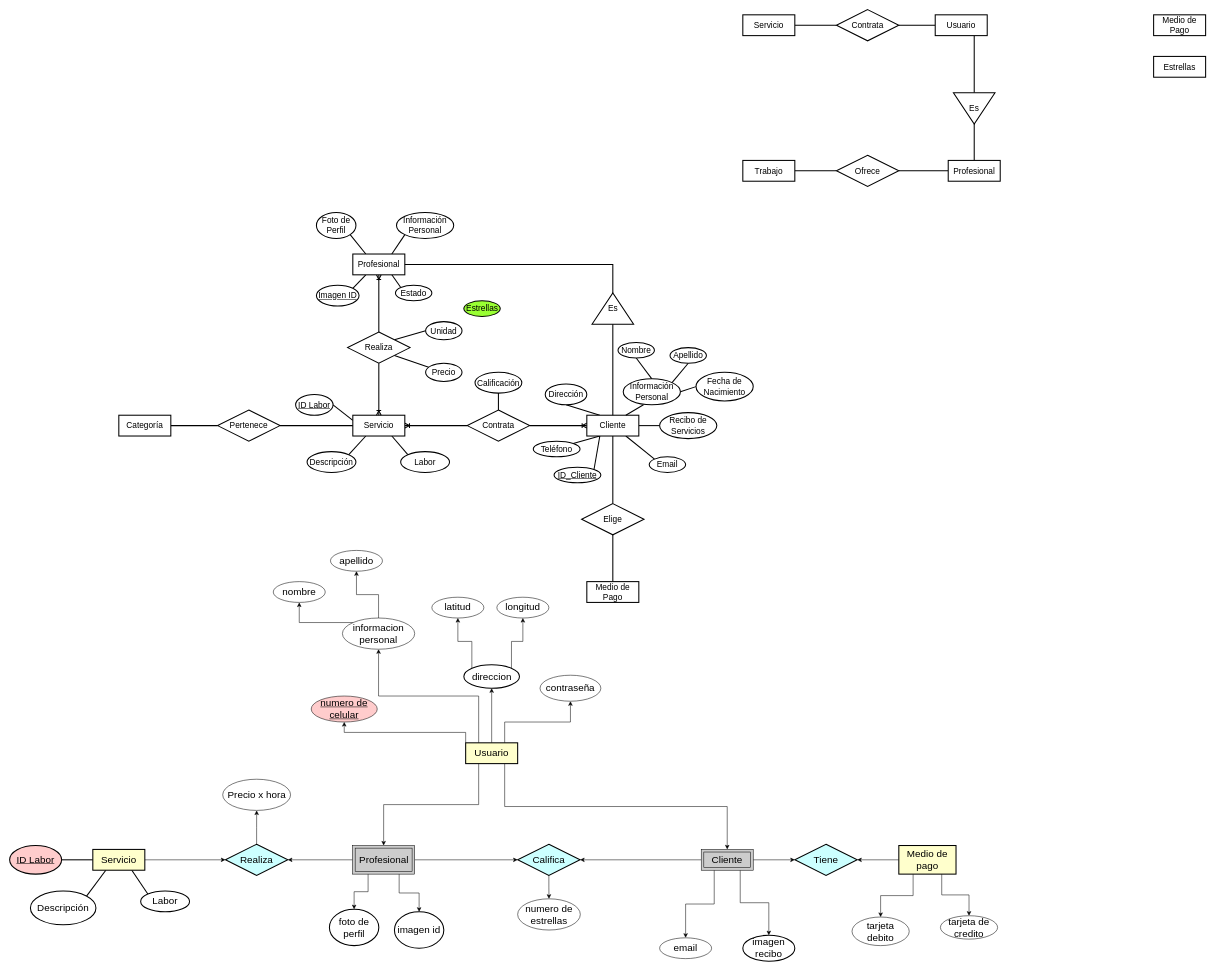
The draw.io diagram Diagramas/Dragrama Entidad-Relacion.drawio in Hazzard1912/domesticapp, before the edit. Source tidied: cells renumbered, new cells numbered last; positions are measured from the earlier drawing's top-left corner, leaving out a move shared by most shapes. Both pictures are drawn from the tidied source at 52%, with x=0, y=0 at pixel (9, 9).
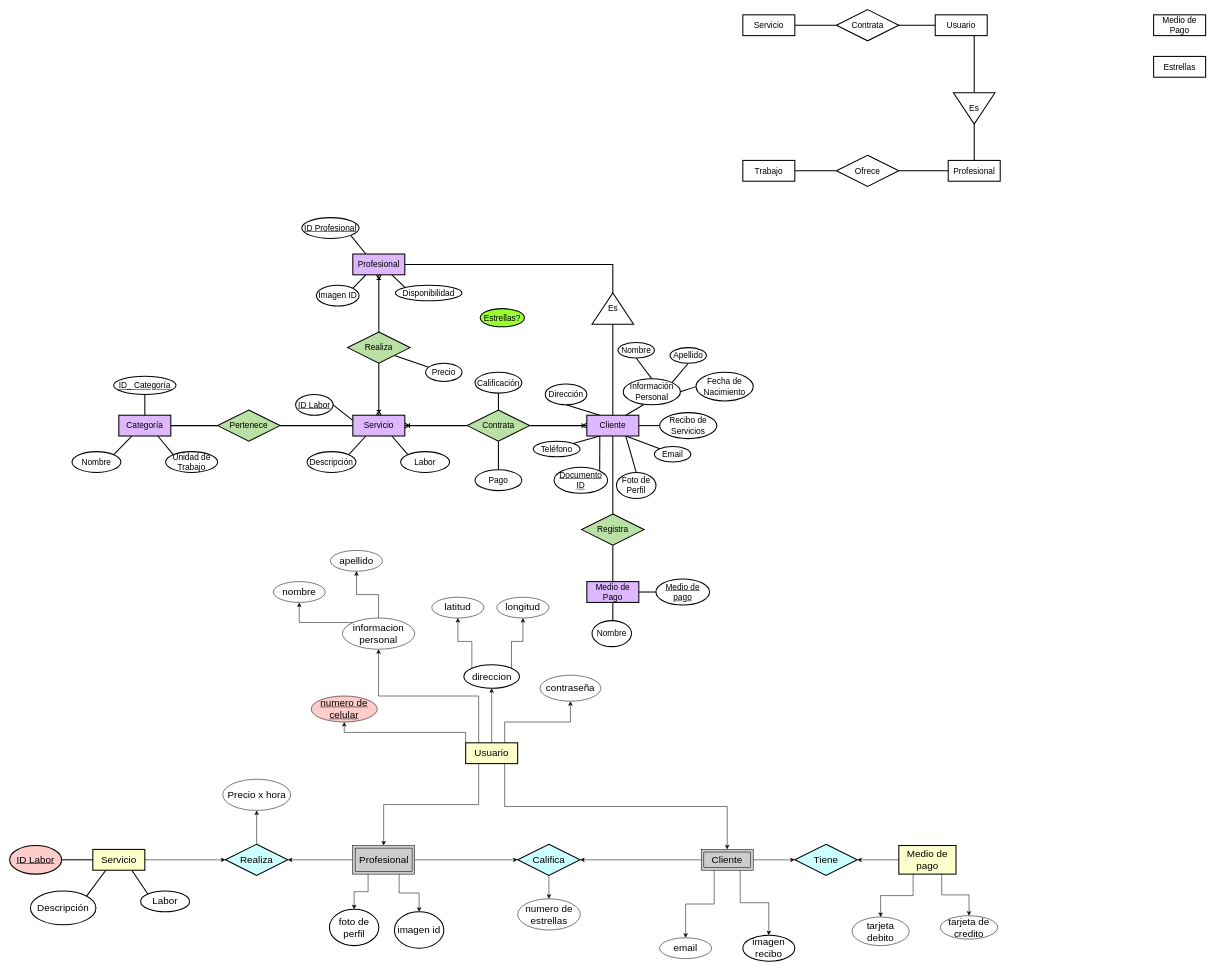
After the change.

The change refers to these unchanged cells:
```xml
<mxCell id="126" value="Apellido" style="ellipse;whiteSpace=wrap;html=1;align=center;fontSize=16;strokeWidth=2;" parent="1" vertex="1">
  <mxGeometry x="1270" y="650" width="70" height="30" as="geometry" />
</mxCell>
```

What changed in the source:
```diff
@@
-    <mxCell id="4" style="rounded=0;jettySize=auto;html=1;exitX=0.75;exitY=0;exitDx=0;exitDy=0;entryX=0;entryY=1;entryDx=0;entryDy=0;endArrow=none;endFill=0;strokeWidth=2;" parent="1" edge="1" source="7" target="17">
-      <mxGeometry relative="1" as="geometry" />
-    </mxCell>
@@
-    <mxCell id="7" value="Profesional" style="whiteSpace=wrap;html=1;align=center;strokeWidth=2;fontSize=16;" parent="1" vertex="1">
+    <mxCell id="7" value="Profesional" style="whiteSpace=wrap;html=1;align=center;strokeWidth=2;fontSize=16;fillColor=#DEB8FF;" parent="1" vertex="1">
       <mxGeometry x="660" y="470" width="100" height="40" as="geometry" />
     </mxCell>
@@
+    <mxCell id="130" style="rounded=0;jettySize=auto;html=1;exitX=0.75;exitY=1;exitDx=0;exitDy=0;entryX=0.5;entryY=0;entryDx=0;entryDy=0;strokeWidth=2;endArrow=none;endFill=0;" parent="1" edge="1" source="14" target="135">
+      <mxGeometry relative="1" as="geometry" />
+    </mxCell>
-    <mxCell id="14" value="&lt;div&gt;Cliente&lt;/div&gt;" style="whiteSpace=wrap;html=1;align=center;strokeWidth=2;fontSize=16;" parent="1" vertex="1">
+    <mxCell id="14" value="&lt;div&gt;Cliente&lt;/div&gt;" style="whiteSpace=wrap;html=1;align=center;strokeWidth=2;fontSize=16;fillColor=#DEB8FF;" parent="1" vertex="1">
       <mxGeometry x="1110" y="780" width="100" height="40" as="geometry" />
     </mxCell>
@@
+    <mxCell id="131" style="edgeStyle=orthogonalEdgeStyle;rounded=0;jettySize=auto;html=1;exitX=0.5;exitY=1;exitDx=0;exitDy=0;strokeWidth=2;endArrow=none;endFill=0;" parent="1" edge="1" source="16" target="140">
+      <mxGeometry relative="1" as="geometry" />
+    </mxCell>
-    <mxCell id="16" value="Contrata" style="shape=rhombus;perimeter=rhombusPerimeter;whiteSpace=wrap;html=1;align=center;strokeWidth=2;fontSize=16;" parent="1" vertex="1">
+    <mxCell id="16" value="Contrata" style="shape=rhombus;perimeter=rhombusPerimeter;whiteSpace=wrap;html=1;align=center;strokeWidth=2;fontSize=16;fillColor=#B9E0A5;" parent="1" vertex="1">
       <mxGeometry x="880" y="770" width="120" height="60" as="geometry" />
     </mxCell>
-    <mxCell id="17" value="Información Personal" style="ellipse;whiteSpace=wrap;html=1;align=center;fontSize=16;strokeWidth=2;" parent="1" vertex="1">
-      <mxGeometry x="744" y="390" width="110" height="50" as="geometry" />
-    </mxCell>
-    <mxCell id="18" value="Foto de Perfil" style="ellipse;whiteSpace=wrap;html=1;align=center;fontSize=16;strokeWidth=2;" parent="1" vertex="1">
-      <mxGeometry x="590" y="390" width="76" height="50" as="geometry" />
+    <mxCell id="18" value="ID Profesional" style="ellipse;whiteSpace=wrap;html=1;align=center;fontSize=16;strokeWidth=2;fontStyle=4;" parent="1" vertex="1">
+      <mxGeometry x="562" y="400" width="110" height="40" as="geometry" />
     </mxCell>
-    <mxCell id="19" value="Imagen ID" style="ellipse;whiteSpace=wrap;html=1;align=center;fontSize=16;strokeWidth=2;fontStyle=4;" parent="1" vertex="1">
+    <mxCell id="19" value="Imagen ID" style="ellipse;whiteSpace=wrap;html=1;align=center;fontSize=16;strokeWidth=2;fontStyle=0;" parent="1" vertex="1">
       <mxGeometry x="590" y="530" width="82" height="40" as="geometry" />
     </mxCell>
@@
-    <mxCell id="25" value="Servicio" style="whiteSpace=wrap;html=1;align=center;strokeWidth=2;fontSize=16;" parent="1" vertex="1">
+    <mxCell id="25" value="Servicio" style="whiteSpace=wrap;html=1;align=center;strokeWidth=2;fontSize=16;fillColor=#DEB8FF;" parent="1" vertex="1">
       <mxGeometry x="660" y="780" width="100" height="40" as="geometry" />
     </mxCell>
@@
-    <mxCell id="29" style="rounded=0;jettySize=auto;html=1;exitX=1;exitY=0;exitDx=0;exitDy=0;entryX=0;entryY=0.5;entryDx=0;entryDy=0;endArrow=none;endFill=0;strokeWidth=2;" parent="1" edge="1" source="30" target="45">
-      <mxGeometry relative="1" as="geometry" />
-    </mxCell>
-    <mxCell id="30" value="Realiza" style="shape=rhombus;perimeter=rhombusPerimeter;whiteSpace=wrap;html=1;align=center;strokeWidth=2;fontSize=16;" parent="1" vertex="1">
+    <mxCell id="30" value="Realiza" style="shape=rhombus;perimeter=rhombusPerimeter;whiteSpace=wrap;html=1;align=center;strokeWidth=2;fontSize=16;fillColor=#B9E0A5;" parent="1" vertex="1">
       <mxGeometry x="650" y="620" width="120" height="60" as="geometry" />
     </mxCell>
@@
     <mxCell id="40" value="Email" style="ellipse;whiteSpace=wrap;html=1;align=center;fontSize=16;strokeWidth=2;" parent="1" vertex="1">
-      <mxGeometry x="1230" y="860" width="70" height="30" as="geometry" />
+      <mxGeometry x="1240" y="840" width="70" height="30" as="geometry" />
     </mxCell>
-    <mxCell id="41" value="Estado" style="ellipse;whiteSpace=wrap;html=1;align=center;fontSize=16;strokeWidth=2;" parent="1" vertex="1">
-      <mxGeometry x="742" y="530" width="70" height="30" as="geometry" />
+    <mxCell id="41" value="Disponibilidad" style="ellipse;whiteSpace=wrap;html=1;align=center;fontSize=16;strokeWidth=2;" parent="1" vertex="1">
+      <mxGeometry x="742" y="530" width="128" height="30" as="geometry" />
     </mxCell>
@@
-    <mxCell id="43" value="Estrellas" style="ellipse;whiteSpace=wrap;html=1;align=center;fontSize=16;strokeWidth=2;fillColor=#99FF33;" parent="1" vertex="1">
-      <mxGeometry x="873.5" y="560" width="70" height="30" as="geometry" />
+    <mxCell id="43" value="Estrellas?" style="ellipse;whiteSpace=wrap;html=1;align=center;fontSize=16;strokeWidth=2;fillColor=#99FF33;" parent="1" vertex="1">
+      <mxGeometry x="905" y="575" width="85" height="35" as="geometry" />
     </mxCell>
@@
-    <mxCell id="45" value="Unidad" style="ellipse;whiteSpace=wrap;html=1;align=center;fontSize=16;strokeWidth=2;" parent="1" vertex="1">
-      <mxGeometry x="800" y="600" width="70" height="35" as="geometry" />
-    </mxCell>
@@
-    <mxCell id="119" value="Medio de Pago" style="whiteSpace=wrap;html=1;align=center;strokeWidth=2;fontSize=16;" parent="1" vertex="1">
+    <mxCell id="119" value="Medio de Pago" style="whiteSpace=wrap;html=1;align=center;strokeWidth=2;fontSize=16;fillColor=#DEB8FF;" parent="1" vertex="1">
       <mxGeometry x="1110" y="1100" width="100" height="40" as="geometry" />
     </mxCell>
-    <mxCell id="120" value="Elige" style="shape=rhombus;perimeter=rhombusPerimeter;whiteSpace=wrap;html=1;align=center;strokeWidth=2;fontSize=16;" parent="1" vertex="1">
-      <mxGeometry x="1100" y="950" width="120" height="60" as="geometry" />
+    <mxCell id="120" value="Registra" style="shape=rhombus;perimeter=rhombusPerimeter;whiteSpace=wrap;html=1;align=center;strokeWidth=2;fontSize=16;fillColor=#B9E0A5;" parent="1" vertex="1">
+      <mxGeometry x="1100" y="970" width="120" height="60" as="geometry" />
     </mxCell>
@@
+    <mxCell id="132" style="rounded=0;jettySize=auto;html=1;exitX=0.25;exitY=1;exitDx=0;exitDy=0;entryX=1;entryY=0;entryDx=0;entryDy=0;strokeWidth=2;endArrow=none;endFill=0;" parent="1" edge="1" source="122" target="138">
+      <mxGeometry relative="1" as="geometry" />
+    </mxCell>
+    <mxCell id="133" style="rounded=0;jettySize=auto;html=1;exitX=0.75;exitY=1;exitDx=0;exitDy=0;entryX=0;entryY=0;entryDx=0;entryDy=0;strokeWidth=2;endArrow=none;endFill=0;" parent="1" edge="1" source="122" target="139">
+      <mxGeometry relative="1" as="geometry" />
+    </mxCell>
-    <mxCell id="122" value="Categoría" style="whiteSpace=wrap;html=1;align=center;strokeWidth=2;fontSize=16;" parent="1" vertex="1">
+    <mxCell id="122" value="Categoría" style="whiteSpace=wrap;html=1;align=center;strokeWidth=2;fontSize=16;fillColor=#DEB8FF;" parent="1" vertex="1">
       <mxGeometry x="210" y="780" width="100" height="40" as="geometry" />
     </mxCell>
@@
-    <mxCell id="124" value="Pertenece" style="shape=rhombus;perimeter=rhombusPerimeter;whiteSpace=wrap;html=1;align=center;strokeWidth=2;fontSize=16;" parent="1" vertex="1">
+    <mxCell id="124" value="Pertenece" style="shape=rhombus;perimeter=rhombusPerimeter;whiteSpace=wrap;html=1;align=center;strokeWidth=2;fontSize=16;fillColor=#B9E0A5;" parent="1" vertex="1">
       <mxGeometry x="400" y="770" width="120" height="60" as="geometry" />
     </mxCell>
@@
-    <mxCell id="129" value="ID_Cliente" style="ellipse;whiteSpace=wrap;html=1;align=center;fontSize=16;strokeWidth=2;fontStyle=4;" parent="1" vertex="1">
-      <mxGeometry x="1047" y="880" width="90" height="30" as="geometry" />
+    <mxCell id="129" value="Documento ID" style="ellipse;whiteSpace=wrap;html=1;align=center;fontSize=16;strokeWidth=2;fontStyle=4;" parent="1" vertex="1">
+      <mxGeometry x="1047" y="880" width="103" height="50" as="geometry" />
     </mxCell>
+    <mxCell id="134" style="edgeStyle=orthogonalEdgeStyle;rounded=0;orthogonalLoop=1;jettySize=auto;html=1;exitX=0.5;exitY=1;exitDx=0;exitDy=0;" parent="1" edge="1" source="126" target="126">
+      <mxGeometry relative="1" as="geometry" />
+    </mxCell>
+    <mxCell id="135" value="Foto de Perfil" style="ellipse;whiteSpace=wrap;html=1;align=center;fontSize=16;strokeWidth=2;" parent="1" vertex="1">
+      <mxGeometry x="1167" y="890" width="76" height="50" as="geometry" />
+    </mxCell>
+    <mxCell id="136" style="rounded=0;jettySize=auto;html=1;exitX=0.5;exitY=1;exitDx=0;exitDy=0;entryX=0.5;entryY=0;entryDx=0;entryDy=0;strokeWidth=2;endArrow=none;endFill=0;" parent="1" edge="1" source="137" target="122">
+      <mxGeometry relative="1" as="geometry" />
+    </mxCell>
+    <mxCell id="137" value="ID_ Categoría" style="ellipse;whiteSpace=wrap;html=1;align=center;fontSize=16;strokeWidth=2;fontStyle=4;" parent="1" vertex="1">
+      <mxGeometry x="200" y="705" width="120" height="35" as="geometry" />
+    </mxCell>
+    <mxCell id="138" value="Nombre" style="ellipse;whiteSpace=wrap;html=1;align=center;fontSize=16;strokeWidth=2;" parent="1" vertex="1">
+      <mxGeometry x="120" y="850" width="94" height="40" as="geometry" />
+    </mxCell>
+    <mxCell id="139" value="Unidad de Trabajo" style="ellipse;whiteSpace=wrap;html=1;align=center;fontSize=16;strokeWidth=2;" parent="1" vertex="1">
+      <mxGeometry x="300" y="850" width="100" height="40" as="geometry" />
+    </mxCell>
+    <mxCell id="140" value="Pago" style="ellipse;whiteSpace=wrap;html=1;align=center;fontSize=16;strokeWidth=2;" parent="1" vertex="1">
+      <mxGeometry x="895" y="885" width="90" height="40" as="geometry" />
+    </mxCell>
+    <mxCell id="141" style="edgeStyle=orthogonalEdgeStyle;rounded=0;jettySize=auto;html=1;exitX=0;exitY=0.5;exitDx=0;exitDy=0;entryX=1;entryY=0.5;entryDx=0;entryDy=0;strokeWidth=2;endArrow=none;endFill=0;" parent="1" edge="1" source="142" target="119">
+      <mxGeometry relative="1" as="geometry" />
+    </mxCell>
+    <mxCell id="142" value="Medio de pago" style="ellipse;whiteSpace=wrap;html=1;align=center;fontSize=16;strokeWidth=2;fontStyle=4;" parent="1" vertex="1">
+      <mxGeometry x="1243" y="1095" width="103" height="50" as="geometry" />
+    </mxCell>
+    <mxCell id="143" style="edgeStyle=orthogonalEdgeStyle;rounded=0;jettySize=auto;html=1;exitX=0.5;exitY=0;exitDx=0;exitDy=0;entryX=0.5;entryY=1;entryDx=0;entryDy=0;strokeWidth=2;endArrow=none;endFill=0;" parent="1" edge="1" source="144" target="119">
+      <mxGeometry relative="1" as="geometry" />
+    </mxCell>
+    <mxCell id="144" value="Nombre" style="ellipse;whiteSpace=wrap;html=1;align=center;fontSize=16;strokeWidth=2;" parent="1" vertex="1">
+      <mxGeometry x="1120" y="1175" width="76" height="50" as="geometry" />
+    </mxCell>
```
